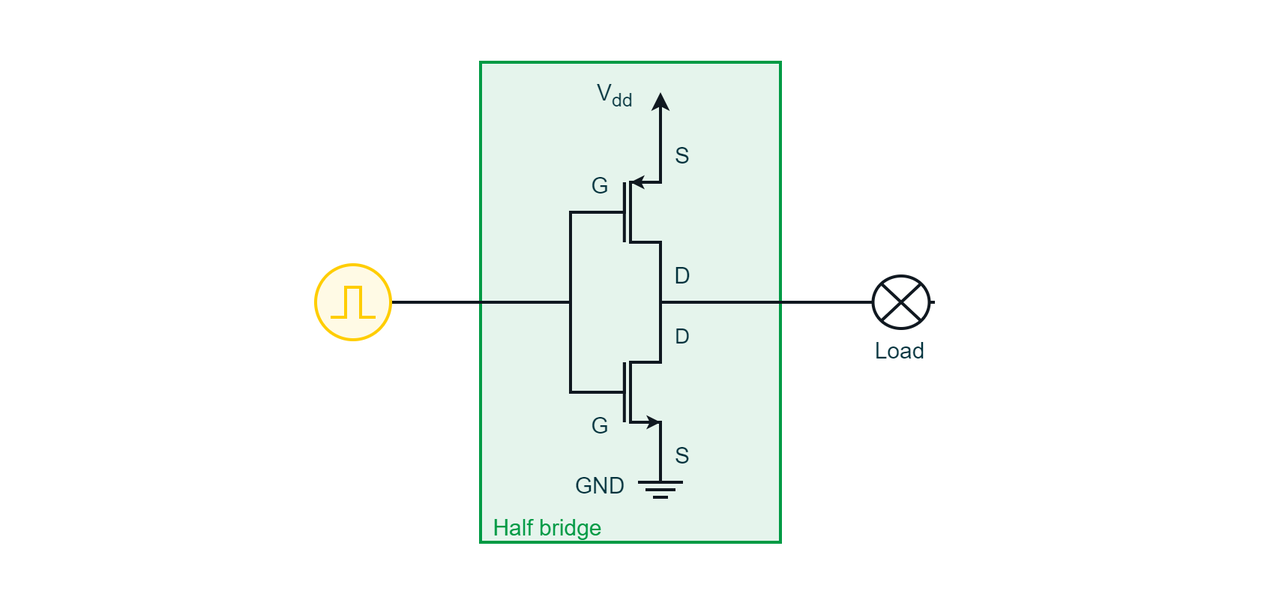
PLAY-Embedded/pe_assets keeps this draw.io diagram as draw.io/PE Articles/General knowledge/Fundamentals/PWM 101 from Duty Cycle to Motor Control/Half bridge (PE).png. Above is the earlier version. Source tidied: cells renumbered, new cells last; positions are measured from the earlier drawing's top-left corner, leaving out a move shared by most shapes. Source of this version:
```xml
<mxGraphModel>
  <root>
    <mxCell id="0" />
    <mxCell id="1" parent="0" />
    <mxCell id="2" style="rounded=0;whiteSpace=wrap;html=1;strokeColor=#009A44;strokeWidth=2;fontFamily=Arial;fontSize=20;fontColor=#FFFFFF;fillColor=#E5F4EC;" parent="1" vertex="1">
      <mxGeometry x="320" y="40" width="200" height="320" as="geometry" />
    </mxCell>
    <mxCell id="3" style="rounded=0;whiteSpace=wrap;html=1;strokeColor=#00313C;strokeWidth=2;fontFamily=Arial;fontSize=20;fontColor=#FFFFFF;fillColor=#00313C;opacity=0;" parent="1" vertex="1">
      <mxGeometry width="840" height="400" as="geometry" />
    </mxCell>
    <mxCell id="4" value="&lt;font style=&quot;font-size: 15px;&quot; color=&quot;#00313c&quot;&gt;GND&lt;/font&gt;" style="rounded=0;whiteSpace=wrap;html=1;strokeColor=none;strokeWidth=2;fontFamily=Arial;fontSize=20;fontColor=#101820;fillColor=none;" parent="1" vertex="1">
      <mxGeometry x="280" y="300" width="240" height="40" as="geometry" />
    </mxCell>
    <mxCell id="5" value="&lt;font style=&quot;font-size: 15px;&quot; color=&quot;#00313c&quot;&gt;S&lt;/font&gt;" style="rounded=0;whiteSpace=wrap;html=1;strokeColor=none;strokeWidth=2;fontFamily=Arial;fontSize=20;fontColor=#101820;fillColor=none;" parent="1" vertex="1">
      <mxGeometry x="350" y="280" width="210" height="40" as="geometry" />
    </mxCell>
    <mxCell id="6" value="&lt;font style=&quot;font-size: 15px;&quot; color=&quot;#00313c&quot;&gt;G&lt;/font&gt;" style="rounded=0;whiteSpace=wrap;html=1;strokeColor=none;strokeWidth=2;fontFamily=Arial;fontSize=20;fontColor=#101820;fillColor=none;" parent="1" vertex="1">
      <mxGeometry x="280" y="260" width="240" height="40" as="geometry" />
    </mxCell>
    <mxCell id="7" value="&lt;font style=&quot;font-size: 14px;&quot; color=&quot;#00313c&quot;&gt;D&lt;/font&gt;" style="rounded=0;whiteSpace=wrap;html=1;strokeColor=none;strokeWidth=2;fontFamily=Arial;fontSize=20;fontColor=#101820;fillColor=none;" parent="1" vertex="1">
      <mxGeometry x="350" y="200" width="210" height="40" as="geometry" />
    </mxCell>
    <mxCell id="8" style="endArrow=none;html=1;rounded=0;strokeColor=#101820;strokeWidth=2;fontFamily=Arial;fontSize=20;fontColor=#FFFFFF;fillColor=none;" parent="1" edge="1">
      <mxGeometry x="0.33" y="20" relative="1" as="geometry">
        <mxPoint x="440" y="320" as="sourcePoint" />
        <mxPoint x="440" y="200" as="targetPoint" />
        <Array as="points">
          <mxPoint x="440" y="280" />
          <mxPoint x="420" y="280" />
          <mxPoint x="420" y="240" />
          <mxPoint x="440" y="240" />
        </Array>
      </mxGeometry>
    </mxCell>
    <mxCell id="9" style="endArrow=none;html=1;rounded=0;strokeColor=#101820;strokeWidth=2;fontFamily=Arial;fontSize=20;fontColor=#FFFFFF;fillColor=none;" parent="1" edge="1">
      <mxGeometry relative="1" as="geometry">
        <mxPoint x="415.9" y="280" as="sourcePoint" />
        <mxPoint x="415.9" y="240" as="targetPoint" />
      </mxGeometry>
    </mxCell>
    <mxCell id="10" style="endArrow=classic;html=1;rounded=0;strokeColor=#101820;strokeWidth=2;fontFamily=Arial;fontSize=20;fontColor=#FFFFFF;fillColor=none;endSize=3;startSize=3;" parent="1" edge="1">
      <mxGeometry relative="1" as="geometry">
        <mxPoint x="420" y="260" as="sourcePoint" />
        <mxPoint x="440" y="280" as="targetPoint" />
        <Array as="points">
          <mxPoint x="420" y="280" />
        </Array>
      </mxGeometry>
    </mxCell>
    <mxCell id="11" style="endArrow=none;html=1;rounded=0;strokeColor=#101820;strokeWidth=2;fontFamily=Arial;fontSize=20;fontColor=#FFFFFF;fillColor=none;" parent="1" edge="1">
      <mxGeometry x="0.33" y="20" relative="1" as="geometry">
        <mxPoint x="440" y="200" as="sourcePoint" />
        <mxPoint x="440" y="80" as="targetPoint" />
        <Array as="points">
          <mxPoint x="440" y="160" />
          <mxPoint x="420" y="160" />
          <mxPoint x="420" y="120" />
          <mxPoint x="440" y="120" />
        </Array>
      </mxGeometry>
    </mxCell>
    <mxCell id="12" style="endArrow=none;html=1;rounded=0;strokeColor=#101820;strokeWidth=2;fontFamily=Arial;fontSize=20;fontColor=#FFFFFF;fillColor=none;" parent="1" edge="1">
      <mxGeometry relative="1" as="geometry">
        <mxPoint x="415.9" y="160" as="sourcePoint" />
        <mxPoint x="415.9" y="120" as="targetPoint" />
      </mxGeometry>
    </mxCell>
    <mxCell id="13" style="endArrow=none;html=1;rounded=0;strokeColor=#101820;strokeWidth=2;fontFamily=Arial;fontSize=20;fontColor=#FFFFFF;fillColor=none;" parent="1" edge="1">
      <mxGeometry relative="1" as="geometry">
        <mxPoint x="416" y="240" as="sourcePoint" />
        <mxPoint x="416" y="120" as="targetPoint" />
        <Array as="points">
          <mxPoint x="416" y="260" />
          <mxPoint x="380" y="260" />
          <mxPoint x="380" y="140" />
          <mxPoint x="416" y="140" />
        </Array>
      </mxGeometry>
    </mxCell>
    <mxCell id="14" style="endArrow=classic;html=1;rounded=0;strokeColor=#101820;strokeWidth=2;fontFamily=Arial;fontSize=20;fontColor=#FFFFFF;fillColor=none;endSize=3;startSize=3;" parent="1" edge="1">
      <mxGeometry relative="1" as="geometry">
        <mxPoint x="440" y="100" as="sourcePoint" />
        <mxPoint x="420" y="120" as="targetPoint" />
        <Array as="points">
          <mxPoint x="440" y="120" />
        </Array>
      </mxGeometry>
    </mxCell>
    <mxCell id="15" style="endArrow=none;html=1;rounded=0;strokeColor=#101820;strokeWidth=2;fontFamily=Arial;fontSize=20;fontColor=#101820;fillColor=none;" parent="1" edge="1" source="30">
      <mxGeometry relative="1" as="geometry">
        <mxPoint x="440" y="231" as="targetPoint" />
        <Array as="points">
          <mxPoint x="440" y="200" />
        </Array>
      </mxGeometry>
    </mxCell>
    <mxCell id="16" style="endArrow=classic;html=1;rounded=0;strokeColor=#101820;strokeWidth=2;fontFamily=Arial;fontSize=20;fontColor=#101820;fillColor=none;" parent="1" edge="1">
      <mxGeometry relative="1" as="geometry">
        <mxPoint x="440" y="100" as="sourcePoint" />
        <mxPoint x="440" y="60" as="targetPoint" />
      </mxGeometry>
    </mxCell>
    <mxCell id="17" style="endArrow=none;html=1;rounded=0;strokeColor=#101820;strokeWidth=2;fontFamily=Arial;fontSize=20;fontColor=#101820;fillColor=none;entryX=1;entryY=0.5;entryDx=0;entryDy=0;" parent="1" edge="1" target="24">
      <mxGeometry relative="1" as="geometry">
        <mxPoint x="380" y="170" as="sourcePoint" />
        <Array as="points">
          <mxPoint x="380" y="200" />
        </Array>
      </mxGeometry>
    </mxCell>
    <mxCell id="18" style="group;" parent="1" vertex="1">
      <mxGeometry x="425" y="320" width="30" height="10" as="geometry" />
    </mxCell>
    <mxCell id="19" style="endArrow=none;html=1;rounded=0;strokeColor=#101820;strokeWidth=2;fontFamily=Arial;fontSize=20;fontColor=#101820;fillColor=none;" parent="18" edge="1">
      <mxGeometry relative="1" as="geometry">
        <mxPoint as="sourcePoint" />
        <mxPoint x="30" as="targetPoint" />
      </mxGeometry>
    </mxCell>
    <mxCell id="20" style="endArrow=none;html=1;rounded=0;strokeColor=#101820;strokeWidth=2;fontFamily=Arial;fontSize=20;fontColor=#101820;fillColor=none;" parent="18" edge="1">
      <mxGeometry relative="1" as="geometry">
        <mxPoint x="5" y="5" as="sourcePoint" />
        <mxPoint x="25" y="5" as="targetPoint" />
      </mxGeometry>
    </mxCell>
    <mxCell id="21" style="endArrow=none;html=1;rounded=0;strokeColor=#101820;strokeWidth=2;fontFamily=Arial;fontSize=20;fontColor=#101820;fillColor=none;" parent="18" edge="1">
      <mxGeometry relative="1" as="geometry">
        <mxPoint x="10" y="10" as="sourcePoint" />
        <mxPoint x="20" y="10" as="targetPoint" />
      </mxGeometry>
    </mxCell>
    <mxCell id="22" style="endArrow=none;html=1;rounded=0;strokeColor=#101820;strokeWidth=2;fontFamily=Arial;fontSize=20;fontColor=#101820;fillColor=none;" parent="18" edge="1">
      <mxGeometry relative="1" as="geometry">
        <mxPoint x="25" as="sourcePoint" />
        <mxPoint x="15" y="-20" as="targetPoint" />
        <Array as="points">
          <mxPoint x="15" />
        </Array>
      </mxGeometry>
    </mxCell>
    <mxCell id="23" value="&lt;font style=&quot;font-size: 15px;&quot; color=&quot;#00313c&quot;&gt;V&lt;sub&gt;dd&lt;/sub&gt;&lt;/font&gt;" style="rounded=0;whiteSpace=wrap;html=1;strokeColor=none;strokeWidth=2;fontFamily=Arial;fontSize=20;fontColor=#101820;fillColor=none;" parent="1" vertex="1">
      <mxGeometry x="280" y="40" width="260" height="40" as="geometry" />
    </mxCell>
    <mxCell id="24" style="ellipse;whiteSpace=wrap;html=1;strokeColor=#FFCD00;strokeWidth=2;fontFamily=Arial;fontSize=20;fontColor=#FFCD00;fillColor=#FFFAE5;rounded=0;" parent="1" vertex="1">
      <mxGeometry x="210" y="175" width="50" height="50" as="geometry" />
    </mxCell>
    <mxCell id="25" style="endArrow=none;html=1;rounded=0;strokeColor=#FFCD00;strokeWidth=2;fontFamily=Arial;fontSize=20;fontColor=#00313C;fillColor=#FFCD00;" parent="1" edge="1">
      <mxGeometry relative="1" as="geometry">
        <mxPoint x="220" y="210" as="sourcePoint" />
        <mxPoint x="250" y="210" as="targetPoint" />
        <Array as="points">
          <mxPoint x="230" y="210" />
          <mxPoint x="230" y="190" />
          <mxPoint x="240" y="190" />
          <mxPoint x="240" y="210" />
        </Array>
      </mxGeometry>
    </mxCell>
    <mxCell id="26" value="&lt;font style=&quot;font-size: 15px;&quot; color=&quot;#00313c&quot;&gt;S&lt;/font&gt;" style="rounded=0;whiteSpace=wrap;html=1;strokeColor=none;strokeWidth=2;fontFamily=Arial;fontSize=20;fontColor=#101820;fillColor=none;" parent="1" vertex="1">
      <mxGeometry x="350" y="80" width="210" height="40" as="geometry" />
    </mxCell>
    <mxCell id="27" value="&lt;font style=&quot;font-size: 15px;&quot; color=&quot;#00313c&quot;&gt;D&lt;/font&gt;" style="rounded=0;whiteSpace=wrap;html=1;strokeColor=none;strokeWidth=2;fontFamily=Arial;fontSize=20;fontColor=#101820;fillColor=none;" parent="1" vertex="1">
      <mxGeometry x="350" y="160" width="210" height="40" as="geometry" />
    </mxCell>
    <mxCell id="28" value="&lt;font style=&quot;font-size: 15px;&quot; color=&quot;#00313c&quot;&gt;G&lt;/font&gt;" style="rounded=0;whiteSpace=wrap;html=1;strokeColor=none;strokeWidth=2;fontFamily=Arial;fontSize=20;fontColor=#101820;fillColor=none;" parent="1" vertex="1">
      <mxGeometry x="280" y="100" width="240" height="40" as="geometry" />
    </mxCell>
    <mxCell id="29" value="&lt;font color=&quot;#00313c&quot;&gt;&lt;span style=&quot;font-size: 15px;&quot;&gt;Load&lt;/span&gt;&lt;/font&gt;" style="rounded=0;whiteSpace=wrap;html=1;strokeColor=none;strokeWidth=2;fontFamily=Arial;fontSize=20;fontColor=#101820;fillColor=none;" parent="1" vertex="1">
      <mxGeometry x="560" y="220" width="80" height="20" as="geometry" />
    </mxCell>
    <mxCell id="30" style="verticalLabelPosition=bottom;shadow=0;dashed=0;align=center;html=1;verticalAlign=top;shape=mxgraph.electrical.miscellaneous.light_bulb;strokeColor=#101820;strokeWidth=2;fontFamily=Arial;fontSize=20;fontColor=#101820;fillColor=#FFFFFF;" parent="1" vertex="1">
      <mxGeometry x="578" y="182.5" width="45" height="35" as="geometry" />
    </mxCell>
    <mxCell id="31" value="&lt;font color=&quot;#009a44&quot;&gt;&lt;span style=&quot;font-size: 15px;&quot;&gt;Half bridge&lt;/span&gt;&lt;/font&gt;" style="rounded=0;whiteSpace=wrap;html=1;strokeColor=none;strokeWidth=2;fillColor=none;fontFamily=Arial;fontSize=16;fontColor=#3D3F4F;align=center;" parent="1" vertex="1">
      <mxGeometry x="320" y="340" width="90" height="20" as="geometry" />
    </mxCell>
  </root>
</mxGraphModel>
```
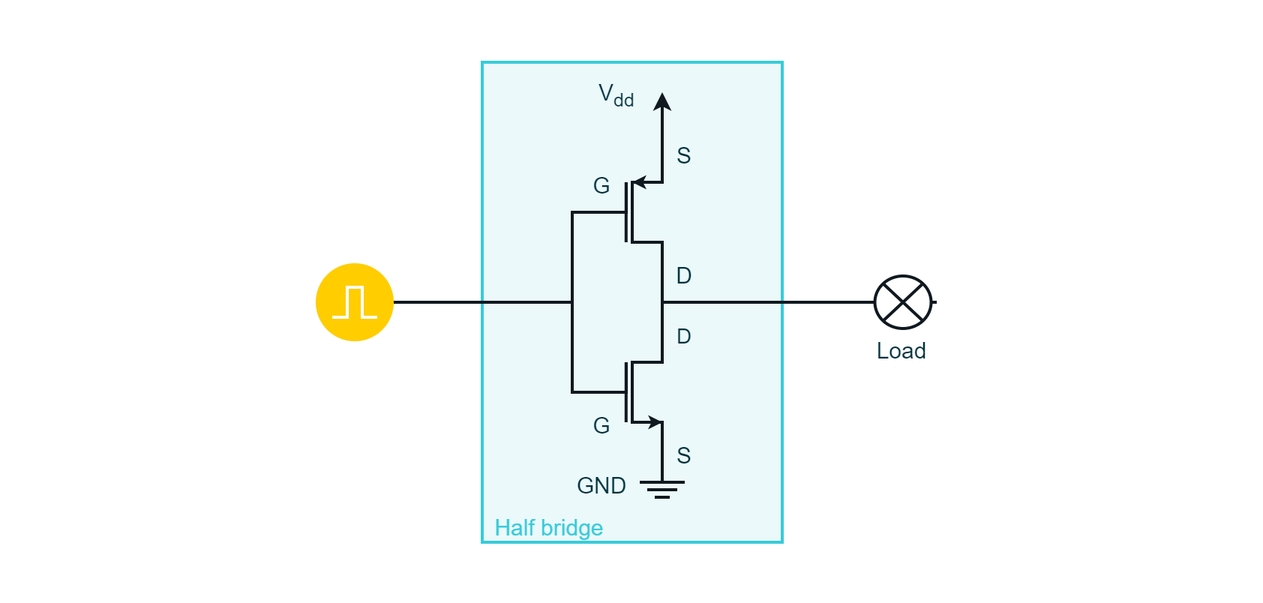
After the change.

What changed in the source:
```diff
@@ -2,12 +2,12 @@
   <root>
     <mxCell id="0" />
     <mxCell id="1" parent="0" />
+    <mxCell id="3" style="rounded=0;whiteSpace=wrap;html=1;strokeColor=#00313C;strokeWidth=2;fontFamily=Arial;fontSize=20;fontColor=#FFFFFF;fillColor=#00313C;opacity=0;" parent="1" vertex="1">
+      <mxGeometry width="840" height="400" as="geometry" />
+    </mxCell>
-    <mxCell id="2" style="rounded=0;whiteSpace=wrap;html=1;strokeColor=#009A44;strokeWidth=2;fontFamily=Arial;fontSize=20;fontColor=#FFFFFF;fillColor=#E5F4EC;" parent="1" vertex="1">
+    <mxCell id="2" style="rounded=0;whiteSpace=wrap;html=1;strokeColor=#38CBDA;strokeWidth=2;fontFamily=Arial;fontSize=20;fontColor=#FFFFFF;fillColor=#EBF9FB;" parent="1" vertex="1">
       <mxGeometry x="320" y="40" width="200" height="320" as="geometry" />
     </mxCell>
-    <mxCell id="3" style="rounded=0;whiteSpace=wrap;html=1;strokeColor=#00313C;strokeWidth=2;fontFamily=Arial;fontSize=20;fontColor=#FFFFFF;fillColor=#00313C;opacity=0;" parent="1" vertex="1">
-      <mxGeometry width="840" height="400" as="geometry" />
-    </mxCell>
     <mxCell id="4" value="&lt;font style=&quot;font-size: 15px;&quot; color=&quot;#00313c&quot;&gt;GND&lt;/font&gt;" style="rounded=0;whiteSpace=wrap;html=1;strokeColor=none;strokeWidth=2;fontFamily=Arial;fontSize=20;fontColor=#101820;fillColor=none;" parent="1" vertex="1">
       <mxGeometry x="280" y="300" width="240" height="40" as="geometry" />
     </mxCell>
@@ -141,10 +141,10 @@
     <mxCell id="23" value="&lt;font style=&quot;font-size: 15px;&quot; color=&quot;#00313c&quot;&gt;V&lt;sub&gt;dd&lt;/sub&gt;&lt;/font&gt;" style="rounded=0;whiteSpace=wrap;html=1;strokeColor=none;strokeWidth=2;fontFamily=Arial;fontSize=20;fontColor=#101820;fillColor=none;" parent="1" vertex="1">
       <mxGeometry x="280" y="40" width="260" height="40" as="geometry" />
     </mxCell>
-    <mxCell id="24" style="ellipse;whiteSpace=wrap;html=1;strokeColor=#FFCD00;strokeWidth=2;fontFamily=Arial;fontSize=20;fontColor=#FFCD00;fillColor=#FFFAE5;rounded=0;" parent="1" vertex="1">
+    <mxCell id="24" style="ellipse;whiteSpace=wrap;html=1;strokeColor=#FFCD00;strokeWidth=2;fontFamily=Arial;fontSize=20;fontColor=#FFFFFF;fillColor=#FFCD00;rounded=0;" parent="1" vertex="1">
       <mxGeometry x="210" y="175" width="50" height="50" as="geometry" />
     </mxCell>
-    <mxCell id="25" style="endArrow=none;html=1;rounded=0;strokeColor=#FFCD00;strokeWidth=2;fontFamily=Arial;fontSize=20;fontColor=#00313C;fillColor=#FFCD00;" parent="1" edge="1">
+    <mxCell id="25" style="endArrow=none;html=1;rounded=0;strokeColor=#FFFFFF;strokeWidth=2;fontFamily=Arial;fontSize=20;fontColor=#00313C;fillColor=#FFCD00;" parent="1" edge="1">
       <mxGeometry relative="1" as="geometry">
         <mxPoint x="220" y="210" as="sourcePoint" />
         <mxPoint x="250" y="210" as="targetPoint" />
@@ -171,7 +171,7 @@
     <mxCell id="30" style="verticalLabelPosition=bottom;shadow=0;dashed=0;align=center;html=1;verticalAlign=top;shape=mxgraph.electrical.miscellaneous.light_bulb;strokeColor=#101820;strokeWidth=2;fontFamily=Arial;fontSize=20;fontColor=#101820;fillColor=#FFFFFF;" parent="1" vertex="1">
       <mxGeometry x="578" y="182.5" width="45" height="35" as="geometry" />
     </mxCell>
-    <mxCell id="31" value="&lt;font color=&quot;#009a44&quot;&gt;&lt;span style=&quot;font-size: 15px;&quot;&gt;Half bridge&lt;/span&gt;&lt;/font&gt;" style="rounded=0;whiteSpace=wrap;html=1;strokeColor=none;strokeWidth=2;fillColor=none;fontFamily=Arial;fontSize=16;fontColor=#3D3F4F;align=center;" parent="1" vertex="1">
+    <mxCell id="31" value="&lt;span style=&quot;font-size: 15px;&quot;&gt;&lt;font color=&quot;#38cbda&quot;&gt;Half bridge&lt;/font&gt;&lt;/span&gt;" style="rounded=0;whiteSpace=wrap;html=1;strokeColor=none;strokeWidth=2;fillColor=none;fontFamily=Arial;fontSize=16;fontColor=#3D3F4F;align=center;" parent="1" vertex="1">
       <mxGeometry x="320" y="340" width="90" height="20" as="geometry" />
     </mxCell>
   </root>
```
